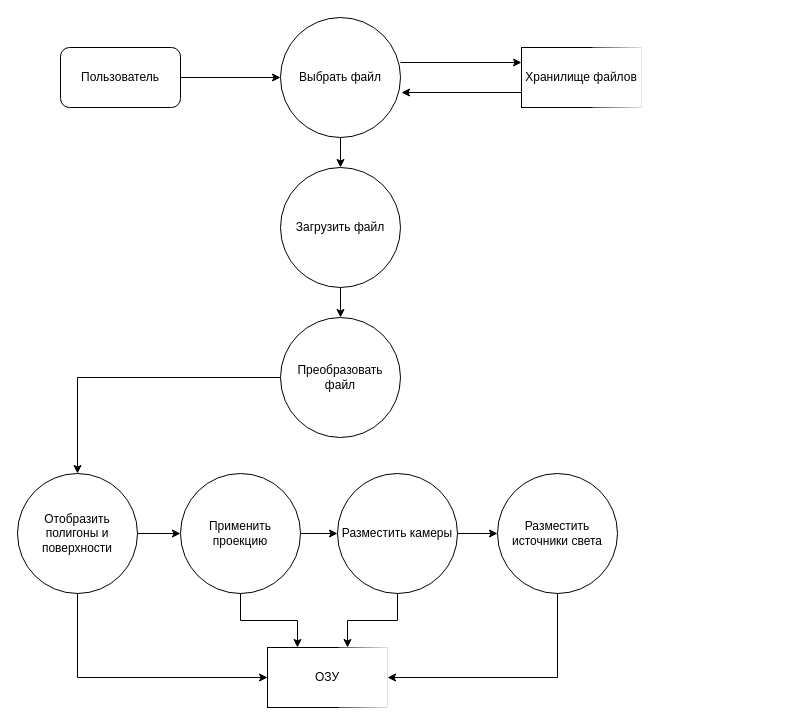
Above: page "1. Загрузка сцены" (1 of 10) of dfd/dfd.drawio in c0sx/3d-model-viewer-design (draw.io), before the change. Source tidied: cells renumbered, new cells numbered last; positions are measured from the earlier drawing's top-left corner, leaving out a move shared by most shapes. Both pictures are drawn from the tidied source at 100%, with x=0, y=0 at pixel (17, 17).
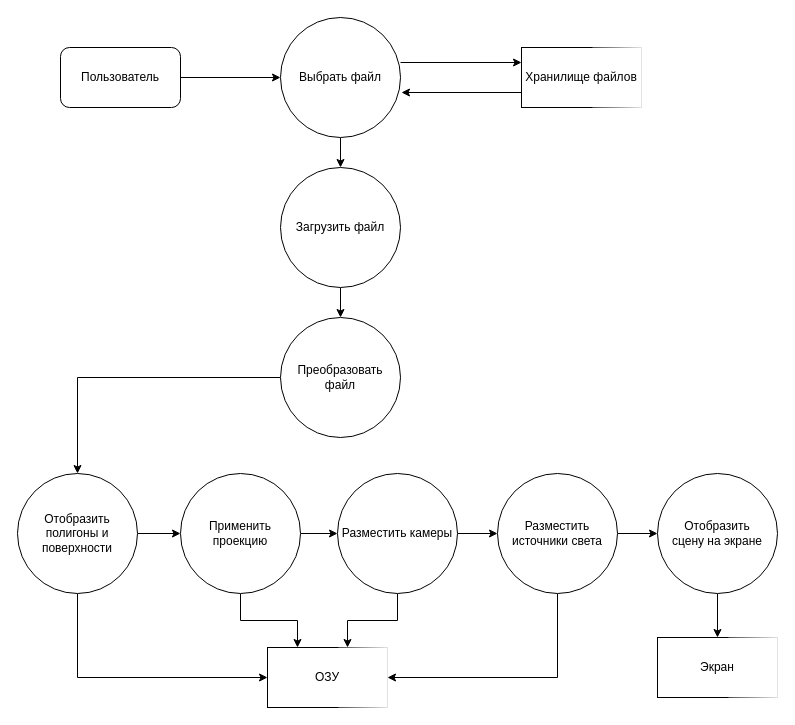
The same page after the edit.

The change refers to these unchanged cells:
```xml
<mxCell id="24" value="Разместить источники света" style="ellipse;whiteSpace=wrap;html=1;" parent="1" vertex="1">
  <mxGeometry x="480" y="456" width="120" height="120" as="geometry" />
</mxCell>
```

Change to the diagram source:
```diff
@@
+    <mxCell id="25" style="edgeStyle=orthogonalEdgeStyle;rounded=0;jettySize=auto;html=1;" parent="1" edge="1" source="24" target="27">
+      <mxGeometry relative="1" as="geometry" />
+    </mxCell>
@@
+    <mxCell id="26" style="edgeStyle=orthogonalEdgeStyle;rounded=0;jettySize=auto;html=1;" parent="1" edge="1" source="27" target="28">
+      <mxGeometry relative="1" as="geometry" />
+    </mxCell>
+    <mxCell id="27" value="Отобразить &lt;br&gt;сцену на экране" style="ellipse;whiteSpace=wrap;html=1;" parent="1" vertex="1">
+      <mxGeometry x="640" y="456" width="120" height="120" as="geometry" />
+    </mxCell>
+    <mxCell id="28" value="Экран" style="rounded=0;whiteSpace=wrap;html=1;perimeterSpacing=0;shadow=0;sketch=0;glass=1;direction=south;" parent="1" vertex="1">
+      <mxGeometry x="640" y="620" width="120" height="60" as="geometry" />
+    </mxCell>
```
